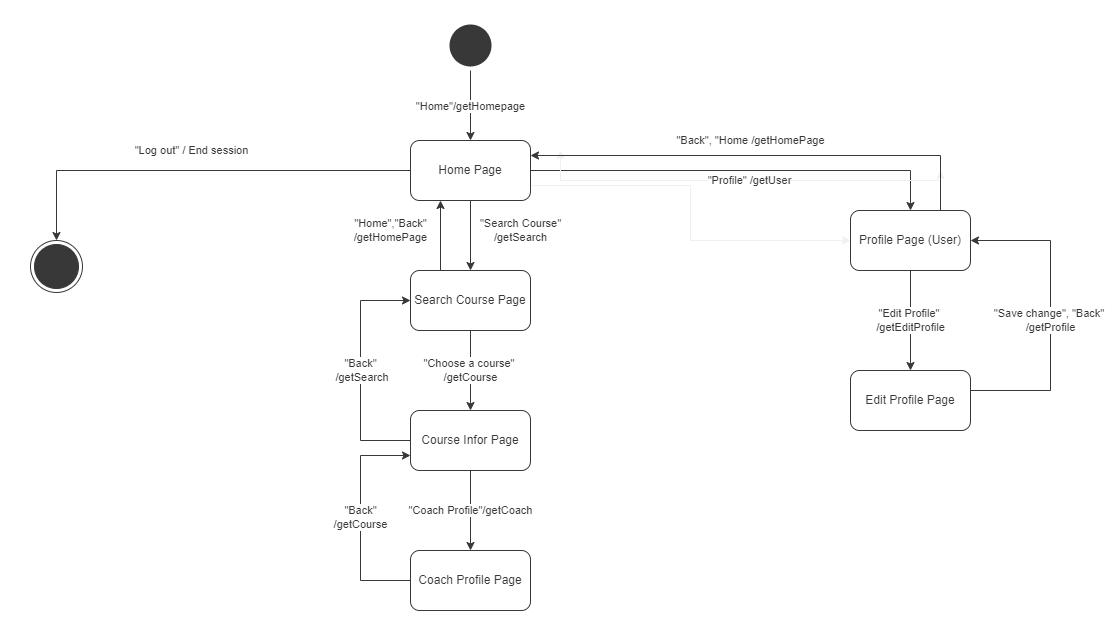
The draw.io diagram Image/UI/diagram/user.png in kaitouz/ESportNetwork, before a commit. Source tidied: cells renumbered, new cells last; positions are measured from the earlier drawing's top-left corner, leaving out a move shared by most shapes.
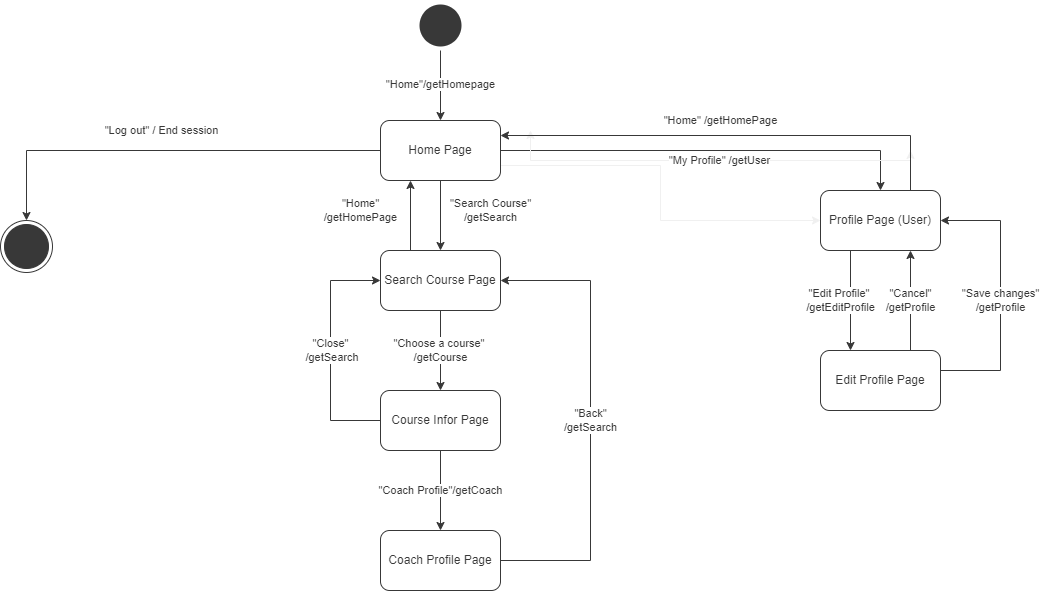
Above is the later version.

The edit, as a diff of the source:
```diff
@@ -11,7 +11,7 @@
     <mxCell id="4" value="&quot;Log out&quot; / End session" style="edgeStyle=orthogonalEdgeStyle;rounded=0;jettySize=auto;html=1;exitX=0;exitY=0.5;exitDx=0;exitDy=0;entryX=0.5;entryY=0;entryDx=0;entryDy=0;labelBackgroundColor=#FFFFFF;fontColor=#383838;strokeColor=#383838;" parent="1" edge="1" source="8" target="9">
       <mxGeometry x="0.03" y="-20" relative="1" as="geometry" />
     </mxCell>
-    <mxCell id="5" value="&quot;Back&quot;, &quot;Home /getHomePage" style="edgeStyle=orthogonalEdgeStyle;rounded=0;jettySize=auto;html=1;labelBackgroundColor=#FFFFFF;fontColor=#383838;strokeColor=#383838;" parent="1" edge="1" source="8" target="17">
+    <mxCell id="5" value="&quot;Home&quot; /getHomePage" style="edgeStyle=orthogonalEdgeStyle;rounded=0;jettySize=auto;html=1;labelBackgroundColor=#FFFFFF;fontColor=#383838;strokeColor=#383838;" parent="1" edge="1" source="8" target="17">
       <mxGeometry x="0.05" y="30" relative="1" as="geometry" />
     </mxCell>
     <mxCell id="6" value="&quot;Search Course&quot;&lt;br&gt;/getSearch" style="edgeStyle=orthogonalEdgeStyle;rounded=0;jettySize=auto;html=1;labelBackgroundColor=#FFFFFF;fontColor=#383838;strokeColor=#383838;" parent="1" edge="1" source="8" target="22">
@@ -26,8 +26,8 @@
     <mxCell id="9" style="ellipse;shape=endState;fillColor=#383838;strokeColor=#383838;" parent="1" vertex="1">
       <mxGeometry y="220" width="52" height="52" as="geometry" />
     </mxCell>
-    <mxCell id="10" value="&quot;Edit Profile&quot;&amp;nbsp;&lt;br&gt;/getEditProfile" style="edgeStyle=orthogonalEdgeStyle;rounded=0;jettySize=auto;html=1;labelBackgroundColor=#FFFFFF;fontColor=#383838;strokeColor=#383838;" parent="1" edge="1" source="17" target="19">
-      <mxGeometry relative="1" as="geometry" />
+    <mxCell id="10" value="&quot;Edit Profile&quot;&amp;nbsp;&lt;br&gt;/getEditProfile" style="edgeStyle=orthogonalEdgeStyle;rounded=0;jettySize=auto;html=1;labelBackgroundColor=#FFFFFF;fontColor=#383838;strokeColor=#383838;exitX=0.25;exitY=1;exitDx=0;exitDy=0;entryX=0.25;entryY=0;entryDx=0;entryDy=0;" parent="1" edge="1" source="17" target="19">
+      <mxGeometry y="-10" relative="1" as="geometry" />
     </mxCell>
     <mxCell id="11" style="edgeStyle=orthogonalEdgeStyle;rounded=0;jettySize=auto;html=1;exitX=0.75;exitY=0;exitDx=0;exitDy=0;" parent="1" edge="1" source="17">
       <mxGeometry relative="1" as="geometry">
@@ -54,22 +54,25 @@
     <mxCell id="17" value="Profile Page (User)" style="whiteSpace=wrap;html=1;rounded=1;fontColor=#383838;strokeColor=#383838;fillColor=#FFFFFF;" parent="1" vertex="1">
       <mxGeometry x="820" y="190" width="120" height="60" as="geometry" />
     </mxCell>
-    <mxCell id="18" value="&quot;Save change&quot;, &quot;Back&quot; &lt;br&gt;/getProfile" style="edgeStyle=orthogonalEdgeStyle;rounded=0;jettySize=auto;html=1;exitX=1;exitY=0.5;exitDx=0;exitDy=0;entryX=1;entryY=0.5;entryDx=0;entryDy=0;labelBackgroundColor=#FFFFFF;fontColor=#383838;strokeColor=#383838;" parent="1" edge="1" source="19" target="17">
+    <mxCell id="18" value="&quot;Save changes&quot;&lt;br&gt;/getProfile" style="edgeStyle=orthogonalEdgeStyle;rounded=0;jettySize=auto;html=1;exitX=1;exitY=0.5;exitDx=0;exitDy=0;entryX=1;entryY=0.5;entryDx=0;entryDy=0;labelBackgroundColor=#FFFFFF;fontColor=#383838;strokeColor=#383838;" parent="1" edge="1" source="19" target="17">
       <mxGeometry relative="1" as="geometry">
         <Array as="points">
           <mxPoint x="940" y="370" />
-          <mxPoint x="1020" y="370" />
-          <mxPoint x="1020" y="220" />
+          <mxPoint x="1000" y="370" />
+          <mxPoint x="1000" y="220" />
         </Array>
       </mxGeometry>
     </mxCell>
+    <mxCell id="29" value="&quot;Cancel&quot;&lt;br&gt;/getProfile" style="edgeStyle=orthogonalEdgeStyle;rounded=0;jettySize=auto;html=1;exitX=0.75;exitY=0;exitDx=0;exitDy=0;entryX=0.75;entryY=1;entryDx=0;entryDy=0;labelBackgroundColor=#FFFFFF;fontColor=#383838;strokeColor=#383838;" parent="1" edge="1" source="19" target="17">
+      <mxGeometry relative="1" as="geometry" />
+    </mxCell>
     <mxCell id="19" value="Edit Profile Page" style="whiteSpace=wrap;html=1;rounded=1;fontColor=#383838;strokeColor=#383838;fillColor=#FFFFFF;" parent="1" vertex="1">
       <mxGeometry x="820" y="350" width="120" height="60" as="geometry" />
     </mxCell>
     <mxCell id="20" value="&quot;Choose a course&quot; &lt;br&gt;/getCourse" style="edgeStyle=orthogonalEdgeStyle;rounded=0;jettySize=auto;html=1;labelBackgroundColor=#FFFFFF;fontColor=#383838;strokeColor=#383838;" parent="1" edge="1" source="22" target="25">
       <mxGeometry relative="1" as="geometry" />
     </mxCell>
-    <mxCell id="21" value="&quot;Home&quot;,&quot;Back&quot;&lt;br&gt;/getHomePage" style="edgeStyle=orthogonalEdgeStyle;rounded=0;jettySize=auto;html=1;exitX=0.25;exitY=0;exitDx=0;exitDy=0;entryX=0.25;entryY=1;entryDx=0;entryDy=0;labelBackgroundColor=#FFFFFF;fontColor=#383838;strokeColor=#383838;" parent="1" edge="1" source="22" target="8">
+    <mxCell id="21" value="&quot;Home&quot;&lt;br&gt;/getHomePage" style="edgeStyle=orthogonalEdgeStyle;rounded=0;jettySize=auto;html=1;exitX=0.25;exitY=0;exitDx=0;exitDy=0;entryX=0.25;entryY=1;entryDx=0;entryDy=0;labelBackgroundColor=#FFFFFF;fontColor=#383838;strokeColor=#383838;" parent="1" edge="1" source="22" target="8">
       <mxGeometry x="0.14" y="50" relative="1" as="geometry" />
     </mxCell>
     <mxCell id="22" value="Search Course Page" style="whiteSpace=wrap;html=1;rounded=1;fontColor=#383838;strokeColor=#383838;fillColor=#FFFFFF;" parent="1" vertex="1">
@@ -78,7 +81,7 @@
     <mxCell id="23" value="&quot;Coach Profile&quot;/getCoach" style="edgeStyle=orthogonalEdgeStyle;rounded=0;jettySize=auto;html=1;labelBackgroundColor=#FFFFFF;fontColor=#383838;strokeColor=#383838;" parent="1" edge="1" source="25" target="27">
       <mxGeometry relative="1" as="geometry" />
     </mxCell>
-    <mxCell id="24" value="&quot;Back&quot;&lt;br&gt;&amp;nbsp;/getSearch" style="edgeStyle=orthogonalEdgeStyle;rounded=0;jettySize=auto;html=1;exitX=0;exitY=0.5;exitDx=0;exitDy=0;entryX=0;entryY=0.5;entryDx=0;entryDy=0;labelBackgroundColor=#FFFFFF;fontColor=#383838;strokeColor=#383838;" parent="1" edge="1" source="25" target="22">
+    <mxCell id="24" value="&quot;Close&quot;&lt;br&gt;&amp;nbsp;/getSearch" style="edgeStyle=orthogonalEdgeStyle;rounded=0;jettySize=auto;html=1;exitX=0;exitY=0.5;exitDx=0;exitDy=0;entryX=0;entryY=0.5;entryDx=0;entryDy=0;labelBackgroundColor=#FFFFFF;fontColor=#383838;strokeColor=#383838;" parent="1" edge="1" source="25" target="22">
       <mxGeometry relative="1" as="geometry">
         <Array as="points">
           <mxPoint x="330" y="420" />
@@ -89,19 +92,19 @@
     <mxCell id="25" value="Course Infor Page" style="whiteSpace=wrap;html=1;rounded=1;fontColor=#383838;strokeColor=#383838;fillColor=#FFFFFF;" parent="1" vertex="1">
       <mxGeometry x="380" y="390" width="120" height="60" as="geometry" />
     </mxCell>
-    <mxCell id="26" value="&quot;Back&quot;&lt;br&gt;/getCourse" style="edgeStyle=orthogonalEdgeStyle;rounded=0;jettySize=auto;html=1;exitX=0;exitY=0.5;exitDx=0;exitDy=0;entryX=0;entryY=0.75;entryDx=0;entryDy=0;labelBackgroundColor=#FFFFFF;fontColor=#383838;strokeColor=#383838;" parent="1" edge="1" source="27" target="25">
-      <mxGeometry relative="1" as="geometry">
-        <Array as="points">
-          <mxPoint x="330" y="560" />
-          <mxPoint x="330" y="435" />
-        </Array>
-      </mxGeometry>
-    </mxCell>
     <mxCell id="27" value="Coach Profile Page" style="whiteSpace=wrap;html=1;rounded=1;fontColor=#383838;strokeColor=#383838;fillColor=#FFFFFF;" parent="1" vertex="1">
       <mxGeometry x="380" y="530" width="120" height="60" as="geometry" />
     </mxCell>
-    <mxCell id="28" value="&quot;Profile&quot; /getUser" style="edgeStyle=orthogonalEdgeStyle;rounded=0;jettySize=auto;html=1;labelBackgroundColor=#FFFFFF;fontColor=#383838;strokeColor=#383838;entryX=1;entryY=0.25;entryDx=0;entryDy=0;exitX=0.75;exitY=0;exitDx=0;exitDy=0;" parent="1" edge="1" source="17" target="8">
+    <mxCell id="28" value="&quot;My Profile&quot; /getUser" style="edgeStyle=orthogonalEdgeStyle;rounded=0;jettySize=auto;html=1;labelBackgroundColor=#FFFFFF;fontColor=#383838;strokeColor=#383838;entryX=1;entryY=0.25;entryDx=0;entryDy=0;exitX=0.75;exitY=0;exitDx=0;exitDy=0;" parent="1" edge="1" source="17" target="8">
       <mxGeometry x="0.05" y="25" relative="1" as="geometry" />
     </mxCell>
+    <mxCell id="30" value="&quot;Back&quot;&lt;br&gt;/getSearch" style="edgeStyle=orthogonalEdgeStyle;rounded=0;jettySize=auto;html=1;exitX=1;exitY=0.5;exitDx=0;exitDy=0;entryX=1;entryY=0.5;entryDx=0;entryDy=0;labelBackgroundColor=#FFFFFF;fontColor=#383838;strokeColor=#383838;" parent="1" edge="1" source="27" target="22">
+      <mxGeometry relative="1" as="geometry">
+        <Array as="points">
+          <mxPoint x="590" y="560" />
+          <mxPoint x="590" y="280" />
+        </Array>
+      </mxGeometry>
+    </mxCell>
   </root>
 </mxGraphModel>
```
